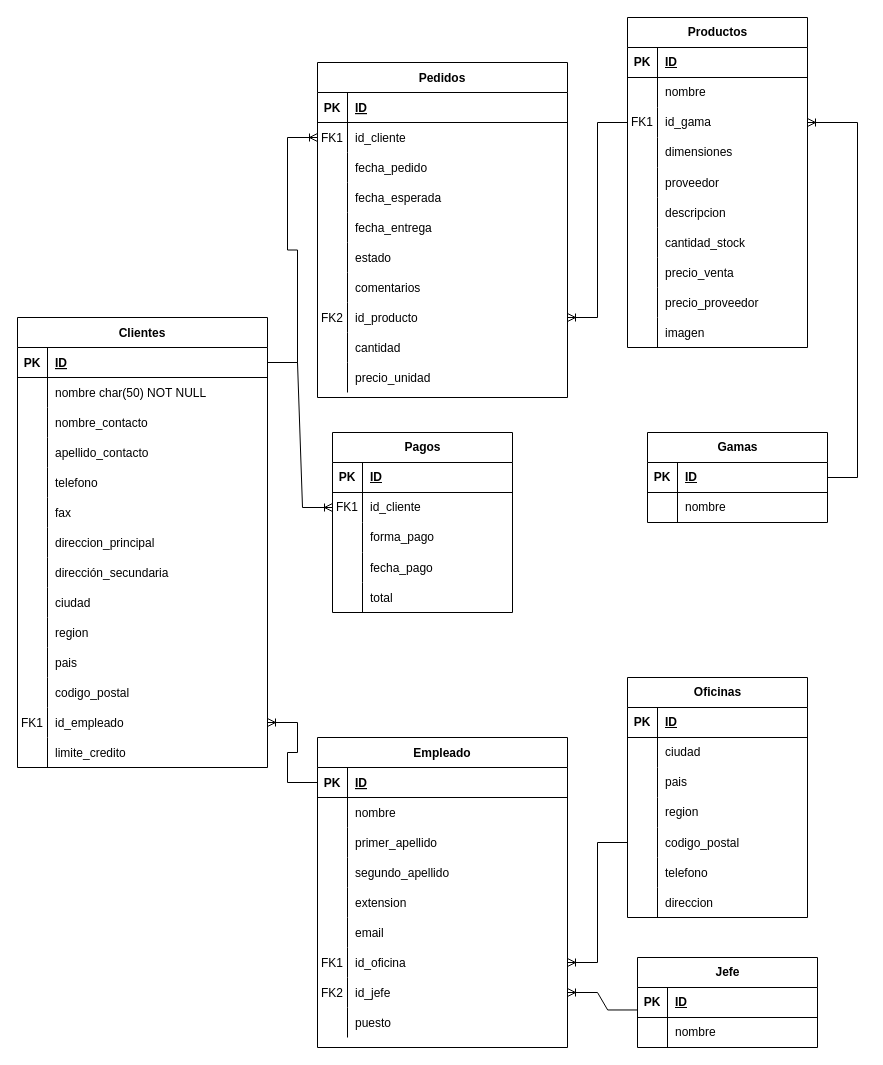
This is workshop-base-datos.drawio from WhitneySt/workshop-jardineria-makaia, a draw.io file, before an edit. Source tidied: cells renumbered, new cells numbered last; positions are measured from the earlier drawing's top-left corner, leaving out a move shared by most shapes. Both pictures are drawn from the tidied source at 100%, with x=0, y=0 at pixel (17, 17).
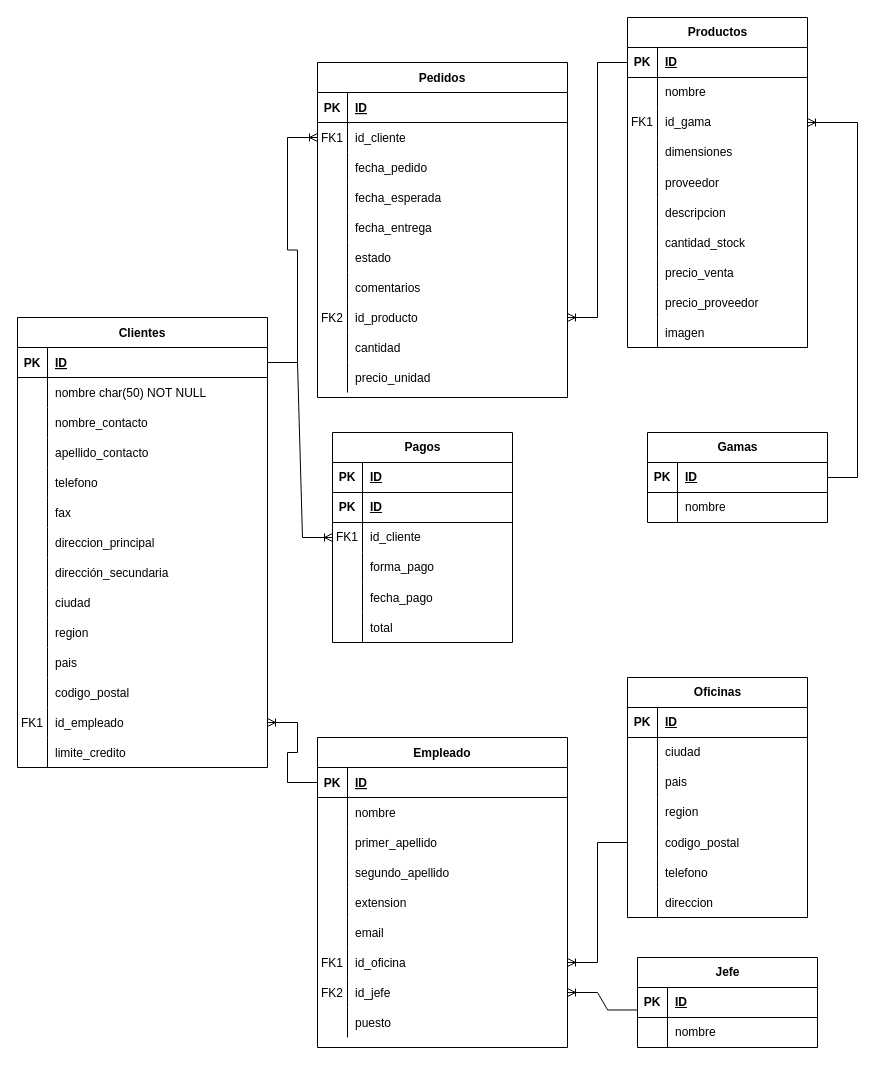
The same diagram, later.

The change refers to these unchanged cells:
```xml
<mxCell id="24" style="shape=tableRow;horizontal=0;startSize=0;swimlaneHead=0;swimlaneBody=0;fillColor=none;points=[[0,0.5],[1,0.5]];portConstraint=eastwest;top=0;left=0;right=0;bottom=0;" parent="2" vertex="1">
  <mxGeometry y="240" width="250" height="30" as="geometry" />
</mxCell>
<mxCell id="134" style="shape=tableRow;horizontal=0;startSize=0;swimlaneHead=0;swimlaneBody=0;fillColor=none;points=[[0,0.5],[1,0.5]];portConstraint=eastwest;top=0;left=0;right=0;bottom=1;" parent="133" vertex="1">
  <mxGeometry y="30" width="180" height="30" as="geometry" />
</mxCell>
<mxCell id="140" style="shape=tableRow;horizontal=0;startSize=0;swimlaneHead=0;swimlaneBody=0;fillColor=none;points=[[0,0.5],[1,0.5]];portConstraint=eastwest;top=0;left=0;right=0;bottom=0;" parent="133" vertex="1">
  <mxGeometry y="90" width="180" height="30" as="geometry" />
</mxCell>
```

Diff of the diagram source:
```diff
@@
     <mxCell id="171" value="Pagos" style="shape=table;startSize=30;childLayout=tableLayout;rowLines=0;fontStyle=1;align=center;html=1;" parent="1" vertex="1">
-      <mxGeometry x="315" y="415" width="180" height="180" as="geometry" />
+      <mxGeometry x="315" y="415" width="180" height="210" as="geometry" />
     </mxCell>
@@
+    <mxCell id="194" style="shape=tableRow;horizontal=0;startSize=0;swimlaneHead=0;swimlaneBody=0;fillColor=none;top=0;left=0;right=0;bottom=1;" parent="171" vertex="1">
+      <mxGeometry y="60" width="180" height="30" as="geometry" />
+    </mxCell>
+    <mxCell id="195" value="PK" style="shape=partialRectangle;fillColor=none;top=0;left=0;bottom=0;right=0;fontStyle=1;overflow=hidden;whiteSpace=wrap;html=1;" parent="194" vertex="1">
+      <mxGeometry width="30" height="30" as="geometry" />
+    </mxCell>
+    <mxCell id="196" value="ID" style="shape=partialRectangle;fillColor=none;top=0;left=0;bottom=0;right=0;align=left;spacingLeft=6;fontStyle=5;overflow=hidden;whiteSpace=wrap;html=1;" parent="194" vertex="1">
+      <mxGeometry x="30" width="150" height="30" as="geometry" />
+    </mxCell>
     <mxCell id="175" style="shape=tableRow;horizontal=0;startSize=0;swimlaneHead=0;swimlaneBody=0;fillColor=none;points=[[0,0.5],[1,0.5]];portConstraint=eastwest;top=0;left=0;right=0;bottom=0;" parent="171" vertex="1">
-      <mxGeometry y="60" width="180" height="30" as="geometry" />
+      <mxGeometry y="90" width="180" height="30" as="geometry" />
     </mxCell>
@@
     <mxCell id="178" style="shape=tableRow;horizontal=0;startSize=0;swimlaneHead=0;swimlaneBody=0;fillColor=none;top=0;left=0;right=0;bottom=0;" parent="171" vertex="1">
-      <mxGeometry y="90" width="180" height="30" as="geometry" />
+      <mxGeometry y="120" width="180" height="30" as="geometry" />
     </mxCell>
@@
     <mxCell id="181" style="shape=tableRow;horizontal=0;startSize=0;swimlaneHead=0;swimlaneBody=0;fillColor=none;top=0;left=0;right=0;bottom=0;" parent="171" vertex="1">
-      <mxGeometry y="120" width="180" height="30" as="geometry" />
+      <mxGeometry y="150" width="180" height="30" as="geometry" />
     </mxCell>
@@
     <mxCell id="184" style="shape=tableRow;horizontal=0;startSize=0;swimlaneHead=0;swimlaneBody=0;fillColor=none;top=0;left=0;right=0;bottom=0;" parent="171" vertex="1">
-      <mxGeometry y="150" width="180" height="30" as="geometry" />
+      <mxGeometry y="180" width="180" height="30" as="geometry" />
     </mxCell>
@@
-    <mxCell id="193" style="edgeStyle=entityRelationEdgeStyle;fontSize=12;html=1;endArrow=ERoneToMany;rounded=0;exitX=0;exitY=0.5;exitDx=0;exitDy=0;entryX=1;entryY=0.5;entryDx=0;entryDy=0;" parent="1" edge="1" source="140" target="24">
+    <mxCell id="193" style="edgeStyle=entityRelationEdgeStyle;fontSize=12;html=1;endArrow=ERoneToMany;rounded=0;exitX=0;exitY=0.5;exitDx=0;exitDy=0;entryX=1;entryY=0.5;entryDx=0;entryDy=0;" parent="1" edge="1" source="134" target="24">
       <mxGeometry relative="1" as="geometry" />
     </mxCell>
```
